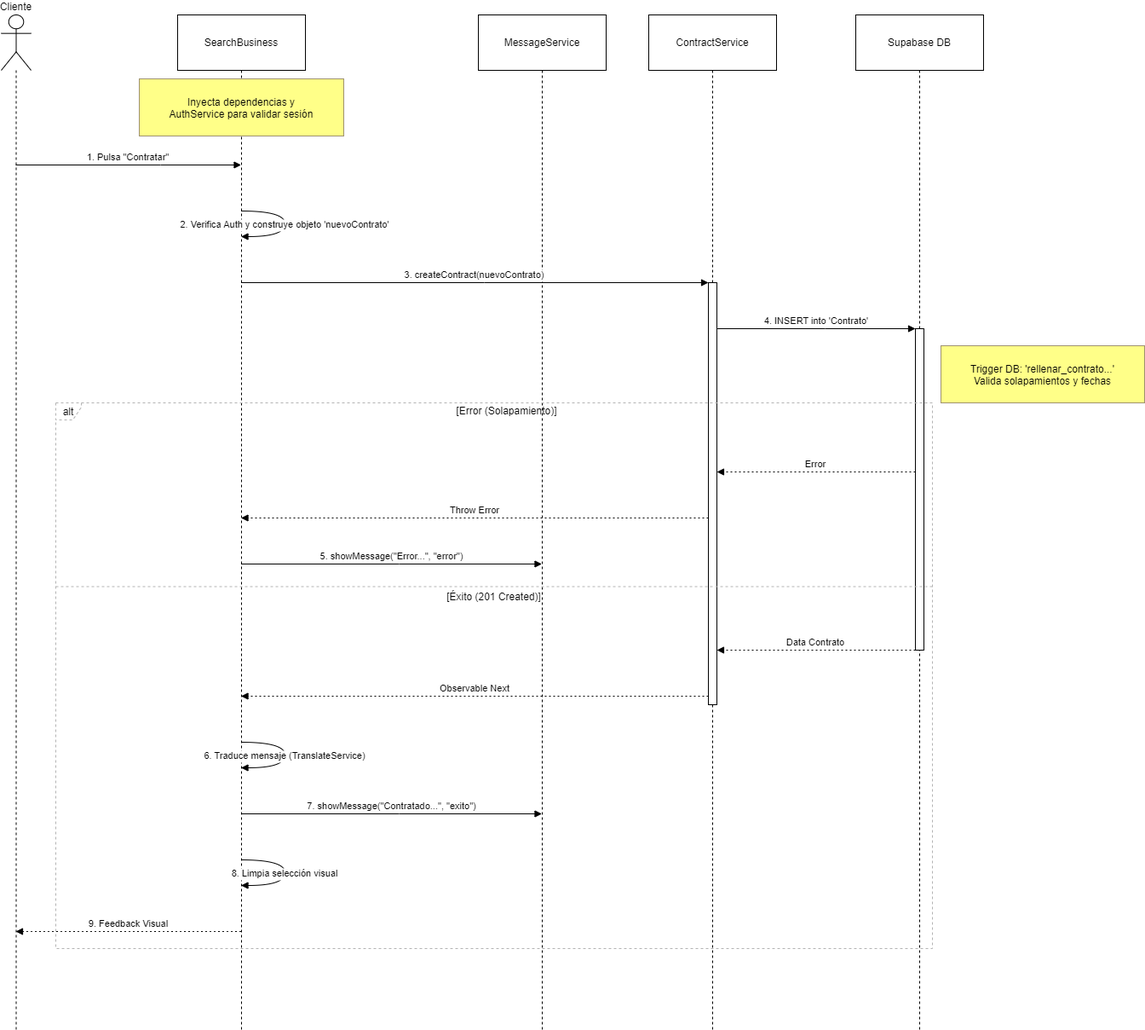
The draw.io diagram docs/diagramas/secuencias/contratar.drawio.png in egilp04/TFG_Cuidados, before a commit. Source tidied: cells renumbered, new cells last; positions are measured from the earlier drawing's top-left corner, leaving out a move shared by most shapes. Source of this version:
```xml
<mxGraphModel>
  <root>
    <mxCell id="0" />
    <mxCell id="1" parent="0" />
    <mxCell id="2" value="Cliente" style="shape=umlLifeline;perimeter=lifelinePerimeter;whiteSpace=wrap;outlineConnect=0;portConstraint=eastwest;newEdgeStyle={&quot;edgeStyle&quot;:&quot;elbowEdgeStyle&quot;,&quot;elbow&quot;:&quot;vertical&quot;,&quot;curved&quot;:0,&quot;rounded&quot;:0};participant=umlActor;verticalAlign=bottom;labelPosition=center;verticalLabelPosition=top;align=center;size=65;" parent="1" vertex="1">
      <mxGeometry width="35" height="1190" as="geometry" />
    </mxCell>
    <mxCell id="3" value="SearchBusiness" style="shape=umlLifeline;perimeter=lifelinePerimeter;whiteSpace=wrap;outlineConnect=0;portConstraint=eastwest;newEdgeStyle={&quot;edgeStyle&quot;:&quot;elbowEdgeStyle&quot;,&quot;elbow&quot;:&quot;vertical&quot;,&quot;curved&quot;:0,&quot;rounded&quot;:0};size=65;" parent="1" vertex="1">
      <mxGeometry x="207" width="150" height="1190" as="geometry" />
    </mxCell>
    <mxCell id="4" value="MessageService" style="shape=umlLifeline;perimeter=lifelinePerimeter;whiteSpace=wrap;outlineConnect=0;portConstraint=eastwest;newEdgeStyle={&quot;edgeStyle&quot;:&quot;elbowEdgeStyle&quot;,&quot;elbow&quot;:&quot;vertical&quot;,&quot;curved&quot;:0,&quot;rounded&quot;:0};size=65;" parent="1" vertex="1">
      <mxGeometry x="560" width="150" height="1190" as="geometry" />
    </mxCell>
    <mxCell id="5" value="ContractService" style="shape=umlLifeline;perimeter=lifelinePerimeter;whiteSpace=wrap;newEdgeStyle={&quot;edgeStyle&quot;:&quot;elbowEdgeStyle&quot;,&quot;elbow&quot;:&quot;vertical&quot;,&quot;curved&quot;:0,&quot;rounded&quot;:0};size=65;" parent="1" vertex="1">
      <mxGeometry x="760" width="150" height="1190" as="geometry" />
    </mxCell>
    <mxCell id="6" style="points=[];perimeter=orthogonalPerimeter;outlineConnect=0;targetShapes=umlLifeline;portConstraint=eastwest;newEdgeStyle={&quot;edgeStyle&quot;:&quot;elbowEdgeStyle&quot;,&quot;elbow&quot;:&quot;vertical&quot;,&quot;curved&quot;:0,&quot;rounded&quot;:0};" parent="5" vertex="1">
      <mxGeometry x="70" y="314" width="10" height="495" as="geometry" />
    </mxCell>
    <mxCell id="7" value="Supabase DB" style="shape=umlLifeline;perimeter=lifelinePerimeter;whiteSpace=wrap;newEdgeStyle={&quot;edgeStyle&quot;:&quot;elbowEdgeStyle&quot;,&quot;elbow&quot;:&quot;vertical&quot;,&quot;curved&quot;:0,&quot;rounded&quot;:0};size=65;" parent="1" vertex="1">
      <mxGeometry x="1003" width="150" height="1190" as="geometry" />
    </mxCell>
    <mxCell id="8" style="points=[];perimeter=orthogonalPerimeter;outlineConnect=0;targetShapes=umlLifeline;portConstraint=eastwest;newEdgeStyle={&quot;edgeStyle&quot;:&quot;elbowEdgeStyle&quot;,&quot;elbow&quot;:&quot;vertical&quot;,&quot;curved&quot;:0,&quot;rounded&quot;:0};" parent="7" vertex="1">
      <mxGeometry x="70" y="368" width="10" height="377" as="geometry" />
    </mxCell>
    <mxCell id="9" value="alt" style="shape=umlFrame;dashed=1;strokeColor=#B3B3B3;height=20;width=30;" parent="1" vertex="1">
      <mxGeometry x="64" y="455" width="1029" height="640" as="geometry" />
    </mxCell>
    <mxCell id="10" value="[Error (Solapamiento)]" style="text;strokeColor=none;fillColor=none;align=center;verticalAlign=middle;whiteSpace=wrap;" parent="9" vertex="1">
      <mxGeometry x="30" width="999" height="20" as="geometry" />
    </mxCell>
    <mxCell id="11" value="[Éxito (201 Created)]" style="shape=line;dashed=1;whiteSpace=wrap;verticalAlign=top;labelPosition=center;verticalLabelPosition=middle;align=center;strokeColor=#B3B3B3;" parent="9" vertex="1">
      <mxGeometry y="214" width="1029" height="3" as="geometry" />
    </mxCell>
    <mxCell id="12" value="1. Pulsa &quot;Contratar&quot;" style="verticalAlign=bottom;edgeStyle=elbowEdgeStyle;elbow=vertical;curved=0;rounded=0;endArrow=block;" parent="1" edge="1" source="2" target="3">
      <mxGeometry relative="1" as="geometry">
        <Array as="points">
          <mxPoint x="187" y="176" />
        </Array>
      </mxGeometry>
    </mxCell>
    <mxCell id="13" value="2. Verifica Auth y construye objeto 'nuevoContrato'" style="curved=1;endArrow=block;rounded=0;" parent="1" edge="1" source="3" target="3">
      <mxGeometry relative="1" as="geometry">
        <Array as="points">
          <mxPoint x="333" y="230" />
          <mxPoint x="333" y="260" />
        </Array>
      </mxGeometry>
    </mxCell>
    <mxCell id="14" value="3. createContract(nuevoContrato)" style="verticalAlign=bottom;edgeStyle=elbowEdgeStyle;elbow=vertical;curved=0;rounded=0;endArrow=block;" parent="1" edge="1" source="3" target="6">
      <mxGeometry relative="1" as="geometry">
        <Array as="points">
          <mxPoint x="567" y="314" />
        </Array>
      </mxGeometry>
    </mxCell>
    <mxCell id="15" value="4. INSERT into 'Contrato'" style="verticalAlign=bottom;edgeStyle=elbowEdgeStyle;elbow=vertical;curved=0;rounded=0;endArrow=block;" parent="1" edge="1" source="6" target="8">
      <mxGeometry relative="1" as="geometry">
        <Array as="points">
          <mxPoint x="967" y="368" />
        </Array>
      </mxGeometry>
    </mxCell>
    <mxCell id="16" value="Error" style="verticalAlign=bottom;edgeStyle=elbowEdgeStyle;elbow=vertical;curved=0;rounded=0;dashed=1;dashPattern=2 3;endArrow=block;" parent="1" edge="1" source="8" target="6">
      <mxGeometry relative="1" as="geometry">
        <Array as="points">
          <mxPoint x="968" y="536" />
        </Array>
      </mxGeometry>
    </mxCell>
    <mxCell id="17" value="Throw Error" style="verticalAlign=bottom;edgeStyle=elbowEdgeStyle;elbow=vertical;curved=0;rounded=0;dashed=1;dashPattern=2 3;endArrow=block;" parent="1" edge="1" source="6" target="3">
      <mxGeometry relative="1" as="geometry">
        <Array as="points">
          <mxPoint x="568" y="590" />
        </Array>
      </mxGeometry>
    </mxCell>
    <mxCell id="18" value="5. showMessage(&quot;Error...&quot;, &quot;error&quot;)" style="verticalAlign=bottom;edgeStyle=elbowEdgeStyle;elbow=vertical;curved=0;rounded=0;endArrow=block;" parent="1" edge="1" source="3" target="4">
      <mxGeometry relative="1" as="geometry">
        <Array as="points">
          <mxPoint x="467" y="644" />
        </Array>
      </mxGeometry>
    </mxCell>
    <mxCell id="19" value="Data Contrato" style="verticalAlign=bottom;edgeStyle=elbowEdgeStyle;elbow=vertical;curved=0;rounded=0;dashed=1;dashPattern=2 3;endArrow=block;" parent="1" edge="1" source="8" target="6">
      <mxGeometry relative="1" as="geometry">
        <Array as="points">
          <mxPoint x="968" y="745" />
        </Array>
      </mxGeometry>
    </mxCell>
    <mxCell id="20" value="Observable Next" style="verticalAlign=bottom;edgeStyle=elbowEdgeStyle;elbow=vertical;curved=0;rounded=0;dashed=1;dashPattern=2 3;endArrow=block;" parent="1" edge="1" source="6" target="3">
      <mxGeometry relative="1" as="geometry">
        <Array as="points">
          <mxPoint x="568" y="799" />
        </Array>
      </mxGeometry>
    </mxCell>
    <mxCell id="21" value="6. Traduce mensaje (TranslateService)" style="curved=1;endArrow=block;rounded=0;" parent="1" edge="1" source="3" target="3">
      <mxGeometry relative="1" as="geometry">
        <Array as="points">
          <mxPoint x="333" y="853" />
          <mxPoint x="333" y="883" />
        </Array>
      </mxGeometry>
    </mxCell>
    <mxCell id="22" value="7. showMessage(&quot;Contratado...&quot;, &quot;exito&quot;)" style="verticalAlign=bottom;edgeStyle=elbowEdgeStyle;elbow=vertical;curved=0;rounded=0;endArrow=block;" parent="1" edge="1" source="3" target="4">
      <mxGeometry relative="1" as="geometry">
        <Array as="points">
          <mxPoint x="467" y="937" />
        </Array>
      </mxGeometry>
    </mxCell>
    <mxCell id="23" value="8. Limpia selección visual" style="curved=1;endArrow=block;rounded=0;" parent="1" edge="1" source="3" target="3">
      <mxGeometry relative="1" as="geometry">
        <Array as="points">
          <mxPoint x="333" y="991" />
          <mxPoint x="333" y="1021" />
        </Array>
      </mxGeometry>
    </mxCell>
    <mxCell id="24" value="9. Feedback Visual" style="verticalAlign=bottom;edgeStyle=elbowEdgeStyle;elbow=vertical;curved=0;rounded=0;dashed=1;dashPattern=2 3;endArrow=block;" parent="1" edge="1" source="3" target="2">
      <mxGeometry relative="1" as="geometry">
        <Array as="points">
          <mxPoint x="190" y="1075" />
        </Array>
      </mxGeometry>
    </mxCell>
    <mxCell id="25" value="Inyecta dependencias y&#10;AuthService para validar sesión" style="fillColor=#ffff88;strokeColor=#9E916F;" parent="1" vertex="1">
      <mxGeometry x="162" y="75" width="240" height="67" as="geometry" />
    </mxCell>
    <mxCell id="26" value="Trigger DB: 'rellenar_contrato...'&#10;Valida solapamientos y fechas" style="fillColor=#ffff88;strokeColor=#9E916F;" parent="1" vertex="1">
      <mxGeometry x="1103" y="388" width="239" height="67" as="geometry" />
    </mxCell>
  </root>
</mxGraphModel>
```
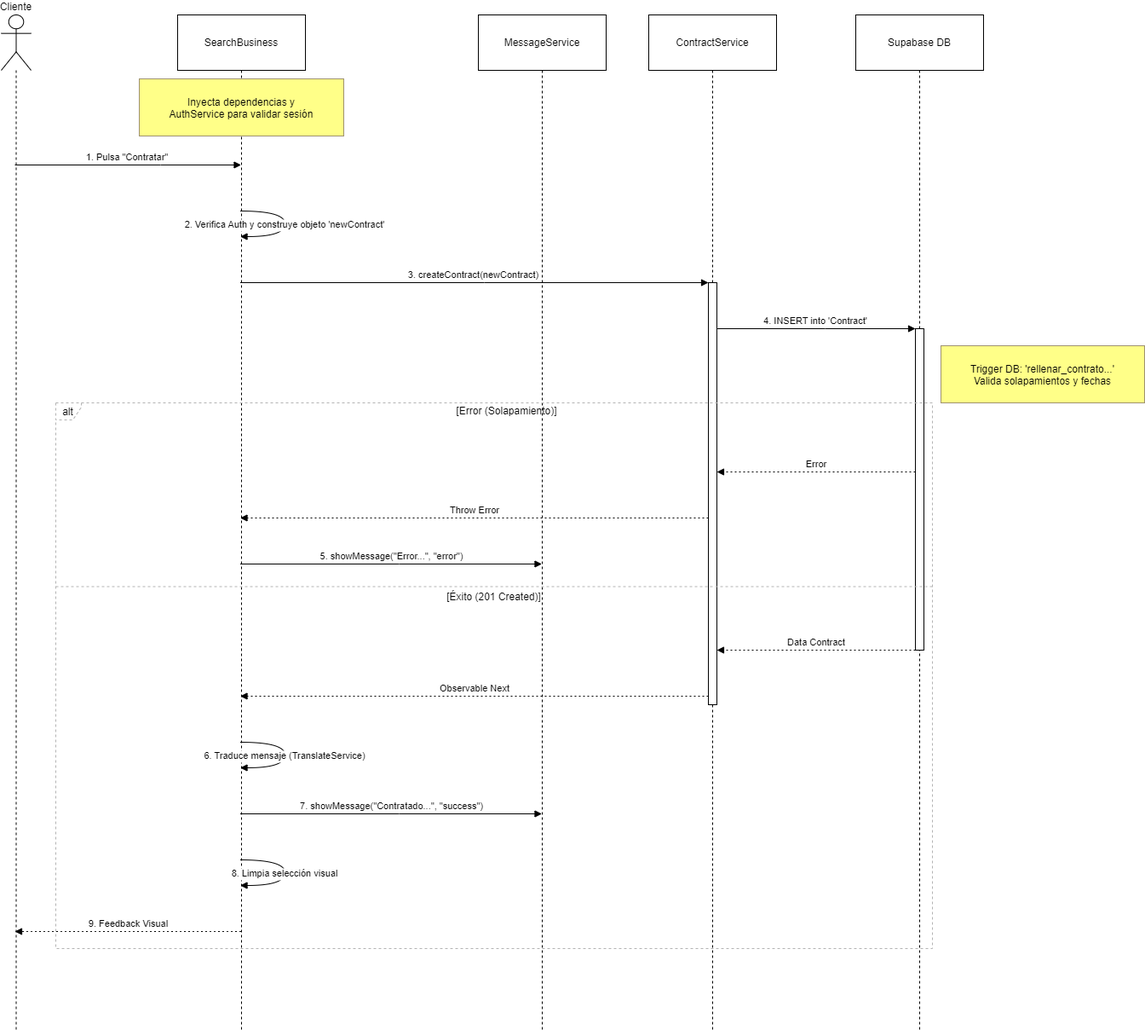
After the change.

The edit, as a diff of the source:
```diff
@@ -39,7 +39,7 @@
         </Array>
       </mxGeometry>
     </mxCell>
-    <mxCell id="13" value="2. Verifica Auth y construye objeto 'nuevoContrato'" style="curved=1;endArrow=block;rounded=0;" parent="1" edge="1" source="3" target="3">
+    <mxCell id="13" value="2. Verifica Auth y construye objeto 'newContract'" style="curved=1;endArrow=block;rounded=0;" parent="1" edge="1" source="3" target="3">
       <mxGeometry relative="1" as="geometry">
         <Array as="points">
           <mxPoint x="333" y="230" />
@@ -47,14 +47,14 @@
         </Array>
       </mxGeometry>
     </mxCell>
-    <mxCell id="14" value="3. createContract(nuevoContrato)" style="verticalAlign=bottom;edgeStyle=elbowEdgeStyle;elbow=vertical;curved=0;rounded=0;endArrow=block;" parent="1" edge="1" source="3" target="6">
+    <mxCell id="14" value="3. createContract(newContract)" style="verticalAlign=bottom;edgeStyle=elbowEdgeStyle;elbow=vertical;curved=0;rounded=0;endArrow=block;" parent="1" edge="1" source="3" target="6">
       <mxGeometry relative="1" as="geometry">
         <Array as="points">
           <mxPoint x="567" y="314" />
         </Array>
       </mxGeometry>
     </mxCell>
-    <mxCell id="15" value="4. INSERT into 'Contrato'" style="verticalAlign=bottom;edgeStyle=elbowEdgeStyle;elbow=vertical;curved=0;rounded=0;endArrow=block;" parent="1" edge="1" source="6" target="8">
+    <mxCell id="15" value="4. INSERT into 'Contract'" style="verticalAlign=bottom;edgeStyle=elbowEdgeStyle;elbow=vertical;curved=0;rounded=0;endArrow=block;" parent="1" edge="1" source="6" target="8">
       <mxGeometry relative="1" as="geometry">
         <Array as="points">
           <mxPoint x="967" y="368" />
@@ -82,7 +82,7 @@
         </Array>
       </mxGeometry>
     </mxCell>
-    <mxCell id="19" value="Data Contrato" style="verticalAlign=bottom;edgeStyle=elbowEdgeStyle;elbow=vertical;curved=0;rounded=0;dashed=1;dashPattern=2 3;endArrow=block;" parent="1" edge="1" source="8" target="6">
+    <mxCell id="19" value="Data Contract" style="verticalAlign=bottom;edgeStyle=elbowEdgeStyle;elbow=vertical;curved=0;rounded=0;dashed=1;dashPattern=2 3;endArrow=block;" parent="1" edge="1" source="8" target="6">
       <mxGeometry relative="1" as="geometry">
         <Array as="points">
           <mxPoint x="968" y="745" />
@@ -104,7 +104,7 @@
         </Array>
       </mxGeometry>
     </mxCell>
-    <mxCell id="22" value="7. showMessage(&quot;Contratado...&quot;, &quot;exito&quot;)" style="verticalAlign=bottom;edgeStyle=elbowEdgeStyle;elbow=vertical;curved=0;rounded=0;endArrow=block;" parent="1" edge="1" source="3" target="4">
+    <mxCell id="22" value="7. showMessage(&quot;Contratado...&quot;, &quot;success&quot;)" style="verticalAlign=bottom;edgeStyle=elbowEdgeStyle;elbow=vertical;curved=0;rounded=0;endArrow=block;" parent="1" edge="1" source="3" target="4">
       <mxGeometry relative="1" as="geometry">
         <Array as="points">
           <mxPoint x="467" y="937" />
```
